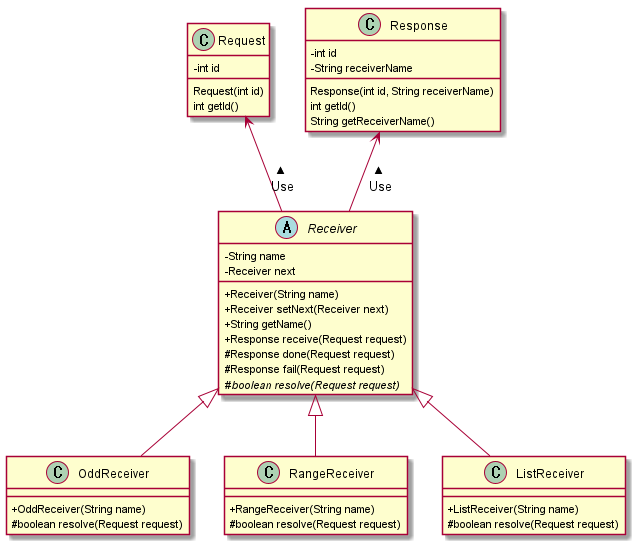
This is img/designpattern/2/concept_chainofresponsibility_2.png from windowforsun/blog, a PlantUML export, as it was before one commit. The source it was exported from:
```plantuml
@startuml
skinparam classAttributeIconSize 0
class Request {
	-int id

	Request(int id)
	int getId()
}

class Response {
	-int id
	-String receiverName

	Response(int id, String receiverName)
	int getId()
	String getReceiverName()
}

abstract class Receiver {
	-String name
	-Receiver next

	+Receiver(String name)
	+Receiver setNext(Receiver next)
	+String getName()
	+Response receive(Request request)
	#Response done(Request request)
	#Response fail(Request request)
	#{abstract} boolean resolve(Request request)
}

class OddReceiver {
	+OddReceiver(String name)
	#boolean resolve(Request request)
}

class RangeReceiver {
	+RangeReceiver(String name)
	#boolean resolve(Request request)
}

class ListReceiver {
	+ListReceiver(String name)
	#boolean resolve(Request request)
}

Receiver <|-- OddReceiver
Receiver <|-- RangeReceiver
Receiver <|-- ListReceiver
Response <-- Receiver : < Use
Request <-- Receiver : < Use

@enduml
```
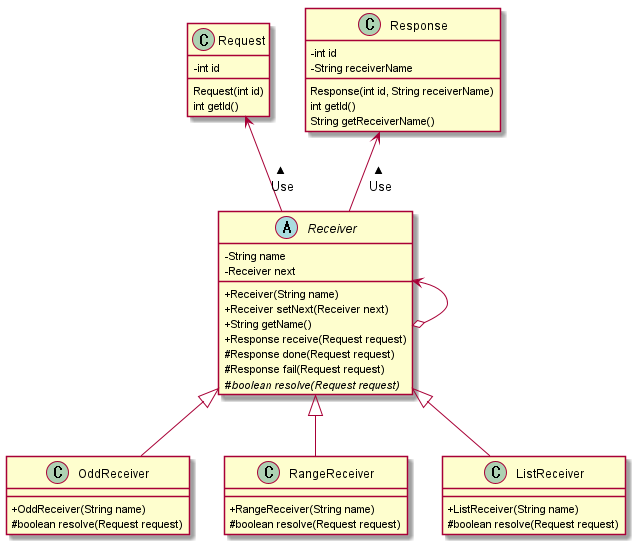
The same diagram one commit later.

Commit message:
이미지 수정

Change to the diagram source:
```diff
@@ -44,6 +44,7 @@
 	#boolean resolve(Request request)
 }
 
+Receiver <--o Receiver
 Receiver <|-- OddReceiver
 Receiver <|-- RangeReceiver
 Receiver <|-- ListReceiver
```
